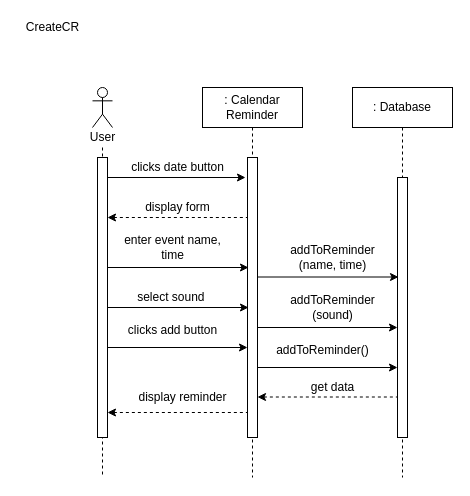
Before: page "Page-2" (2 of 5) of CalendarReminder.drawio in FaizAnuar/ashisu, a draw.io diagram. Source tidied: cells renumbered, new cells numbered last; positions are measured from the earlier drawing's top-left corner, leaving out a move shared by most shapes. Both pictures are drawn from the tidied source at 100%, with x=0, y=0 at pixel (17, 17).
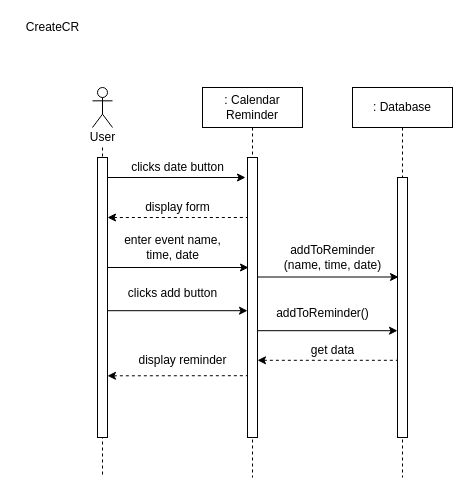
The same page after the edit.

Diff of the diagram source:
```diff
@@
-    <mxCell id="15" value="enter event name, &lt;br&gt;time" style="text;html=1;align=center;verticalAlign=middle;strokeColor=none;" parent="1" vertex="1">
+    <mxCell id="15" value="enter event name, &lt;br&gt;time, date" style="text;html=1;align=center;verticalAlign=middle;strokeColor=none;" parent="1" vertex="1">
       <mxGeometry x="100" y="215" width="110" height="30" as="geometry" />
     </mxCell>
-    <mxCell id="16" style="endArrow=classic;html=1;" parent="1" edge="1">
-      <mxGeometry relative="1" as="geometry">
-        <mxPoint x="90" y="290" as="sourcePoint" />
-        <mxPoint x="231" y="290" as="targetPoint" />
-      </mxGeometry>
-    </mxCell>
-    <mxCell id="17" style="endArrow=classic;html=1;" parent="1" edge="1">
-      <mxGeometry relative="1" as="geometry">
-        <mxPoint x="239" y="310" as="sourcePoint" />
-        <mxPoint x="380" y="310" as="targetPoint" />
-      </mxGeometry>
-    </mxCell>
@@
-    <mxCell id="19" value="select sound&amp;nbsp;" style="text;html=1;align=center;verticalAlign=middle;strokeColor=none;" parent="1" vertex="1">
-      <mxGeometry x="110" y="270" width="90" height="20" as="geometry" />
-    </mxCell>
-    <mxCell id="20" value="addToReminder&lt;br&gt;(name, time)" style="text;html=1;align=center;verticalAlign=middle;strokeColor=none;" parent="1" vertex="1">
-      <mxGeometry x="265" y="220" width="100" height="40" as="geometry" />
+    <mxCell id="20" value="addToReminder&lt;br&gt;(name, time, date)" style="text;html=1;align=center;verticalAlign=middle;strokeColor=none;" parent="1" vertex="1">
+      <mxGeometry x="260" y="220" width="110" height="40" as="geometry" />
     </mxCell>
-    <mxCell id="21" value="addToReminder&lt;br&gt;(sound)" style="text;html=1;align=center;verticalAlign=middle;strokeColor=none;" parent="1" vertex="1">
-      <mxGeometry x="265" y="270" width="100" height="40" as="geometry" />
-    </mxCell>
     <mxCell id="22" style="endArrow=classic;html=1;" parent="1" edge="1">
       <mxGeometry relative="1" as="geometry">
-        <mxPoint x="89" y="330" as="sourcePoint" />
-        <mxPoint x="230" y="330" as="targetPoint" />
+        <mxPoint x="89" y="293.2" as="sourcePoint" />
+        <mxPoint x="230" y="293.2" as="targetPoint" />
       </mxGeometry>
     </mxCell>
     <mxCell id="23" value="clicks add button" style="text;html=1;align=center;verticalAlign=middle;strokeColor=none;" parent="1" vertex="1">
-      <mxGeometry x="100" y="302.5" width="110" height="20" as="geometry" />
+      <mxGeometry x="100" y="265.8" width="110" height="20" as="geometry" />
     </mxCell>
     <mxCell id="24" value="addToReminder()" style="text;html=1;align=center;verticalAlign=middle;strokeColor=none;" parent="1" vertex="1">
-      <mxGeometry x="250" y="322.5" width="110" height="20" as="geometry" />
+      <mxGeometry x="250" y="285.8" width="110" height="20" as="geometry" />
     </mxCell>
     <mxCell id="25" style="html=1;perimeter=orthogonalPerimeter;fillColor=#FFFFFF;" parent="1" vertex="1">
-      <mxGeometry x="230" y="365" width="10" height="30" as="geometry" />
+      <mxGeometry x="230" y="328.2" width="10" height="30" as="geometry" />
     </mxCell>
     <mxCell id="26" style="html=1;perimeter=orthogonalPerimeter;fillColor=#FFFFFF;" parent="1" vertex="1">
-      <mxGeometry x="80" y="360" width="10" height="30" as="geometry" />
+      <mxGeometry x="80" y="323.2" width="10" height="30" as="geometry" />
     </mxCell>
@@
     <mxCell id="29" style="endArrow=classic;html=1;" parent="1" edge="1">
       <mxGeometry relative="1" as="geometry">
-        <mxPoint x="239" y="350" as="sourcePoint" />
-        <mxPoint x="380" y="350" as="targetPoint" />
+        <mxPoint x="239" y="313.2" as="sourcePoint" />
+        <mxPoint x="380" y="313.2" as="targetPoint" />
       </mxGeometry>
     </mxCell>
@@
     <mxCell id="32" style="endArrow=none;html=1;entryX=-0.02;entryY=0.222;entryDx=0;entryDy=0;entryPerimeter=0;startArrow=classic;startFill=1;endFill=0;dashed=1;" parent="1" edge="1">
       <mxGeometry relative="1" as="geometry">
-        <mxPoint x="90" y="395" as="sourcePoint" />
-        <mxPoint x="229.8" y="395" as="targetPoint" />
+        <mxPoint x="90" y="358.3" as="sourcePoint" />
+        <mxPoint x="229.8" y="358.2" as="targetPoint" />
       </mxGeometry>
     </mxCell>
     <mxCell id="33" style="endArrow=none;html=1;entryX=-0.02;entryY=0.222;entryDx=0;entryDy=0;entryPerimeter=0;startArrow=classic;startFill=1;endFill=0;dashed=1;" parent="1" edge="1">
       <mxGeometry relative="1" as="geometry">
-        <mxPoint x="240" y="379.5" as="sourcePoint" />
-        <mxPoint x="379.8" y="379.5" as="targetPoint" />
+        <mxPoint x="240" y="342.8" as="sourcePoint" />
+        <mxPoint x="379.8" y="342.8" as="targetPoint" />
       </mxGeometry>
     </mxCell>
     <mxCell id="34" value="get data" style="text;html=1;align=center;verticalAlign=middle;strokeColor=none;" parent="1" vertex="1">
-      <mxGeometry x="285" y="360" width="60" height="20" as="geometry" />
+      <mxGeometry x="285" y="323.2" width="60" height="20" as="geometry" />
     </mxCell>
     <mxCell id="35" value="display reminder" style="text;html=1;align=center;verticalAlign=middle;strokeColor=none;" parent="1" vertex="1">
-      <mxGeometry x="115" y="370" width="100" height="20" as="geometry" />
+      <mxGeometry x="115" y="333.2" width="100" height="20" as="geometry" />
     </mxCell>
```
